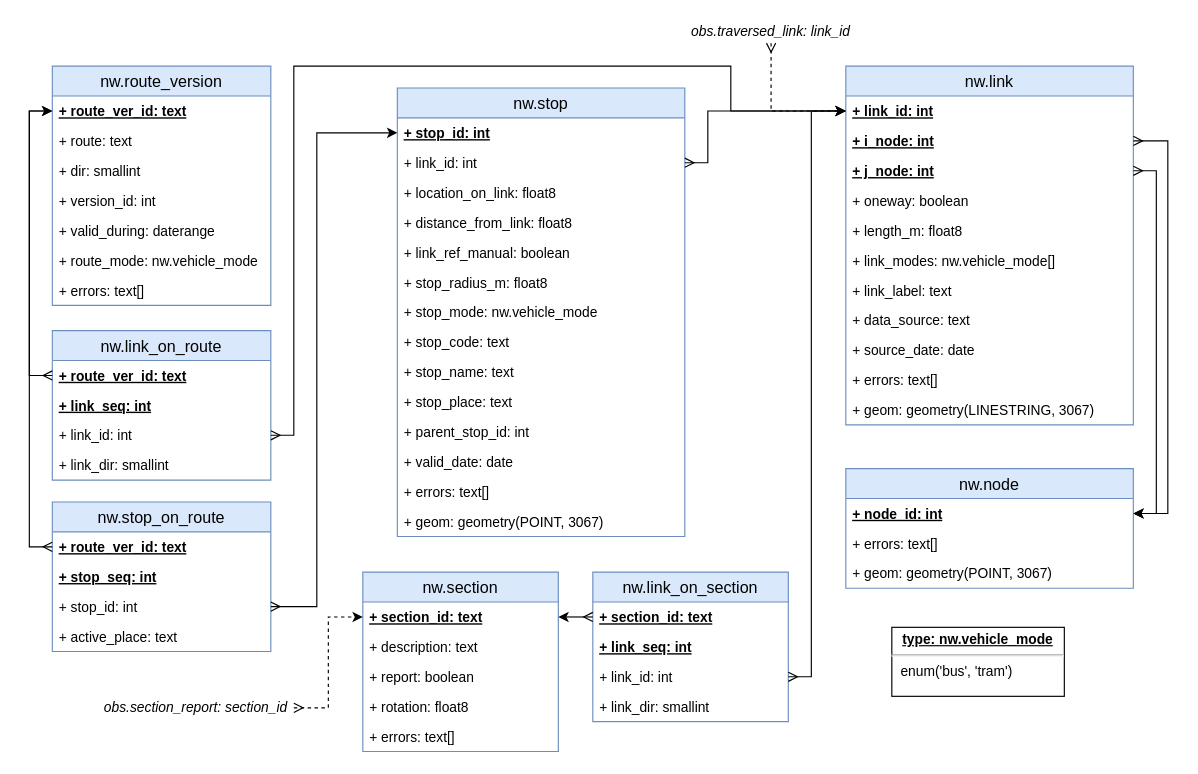
Before: page "relations" (1 of 6) of docs/sujuikoDB.drawio in datarttu/sujuikoDB, a draw.io diagram. Source tidied: cells renumbered, new cells numbered last; positions are measured from the earlier drawing's top-left corner, leaving out a move shared by most shapes. Both pictures are drawn from the tidied source at 115%, with x=0, y=0 at pixel (52, 20).
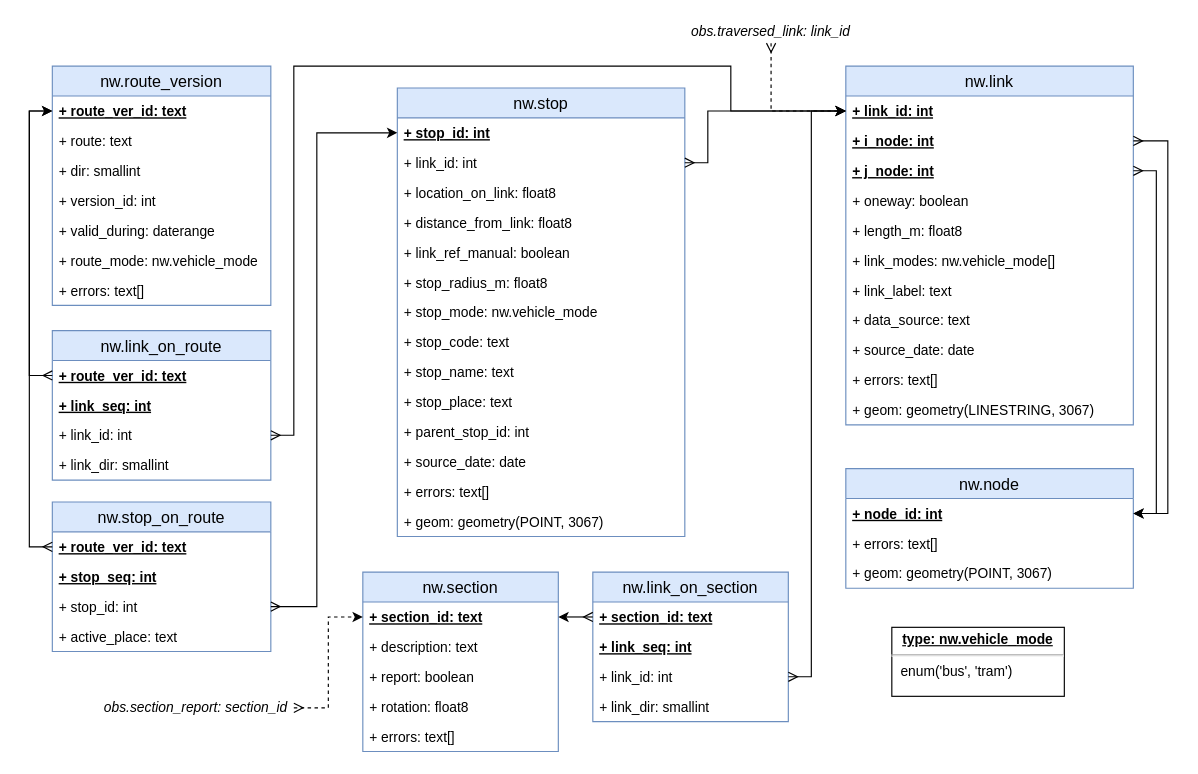
The same page after the edit.

Commit message (it also covers changes not shown here):
Simplified stop model WIP

See #44

The change refers to these unchanged cells:
```xml
<mxCell id="19" value="nw.stop" style="swimlane;fontStyle=0;horizontal=1;startSize=26;fillColor=#dae8fc;swimlaneFillColor=#ffffff;align=center;fontSize=14;strokeColor=#6c8ebf;" parent="1" vertex="1">
  <mxGeometry x="300" y="59" width="250" height="390" as="geometry" />
</mxCell>
```

Diff of the diagram source:
```diff
@@
-    <mxCell id="31" value="+ valid_date: date" style="text;strokeColor=none;fillColor=none;spacingLeft=4;spacingRight=4;overflow=hidden;fontSize=12;" parent="19" vertex="1">
+    <mxCell id="31" value="+ source_date: date" style="text;strokeColor=none;fillColor=none;spacingLeft=4;spacingRight=4;overflow=hidden;fontSize=12;" parent="19" vertex="1">
       <mxGeometry y="312" width="250" height="26" as="geometry" />
     </mxCell>
```
